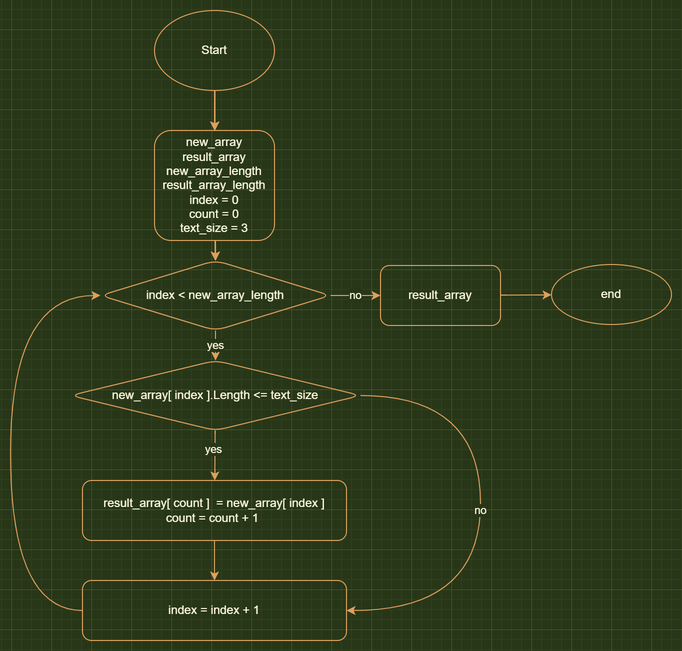
Before: BlockDiagram.drawio.png, a diagram exported from draw.io (sheyko97/final-test-work). Source tidied: cells renumbered, new cells last; positions are measured from the earlier drawing's top-left corner, leaving out a move shared by most shapes.
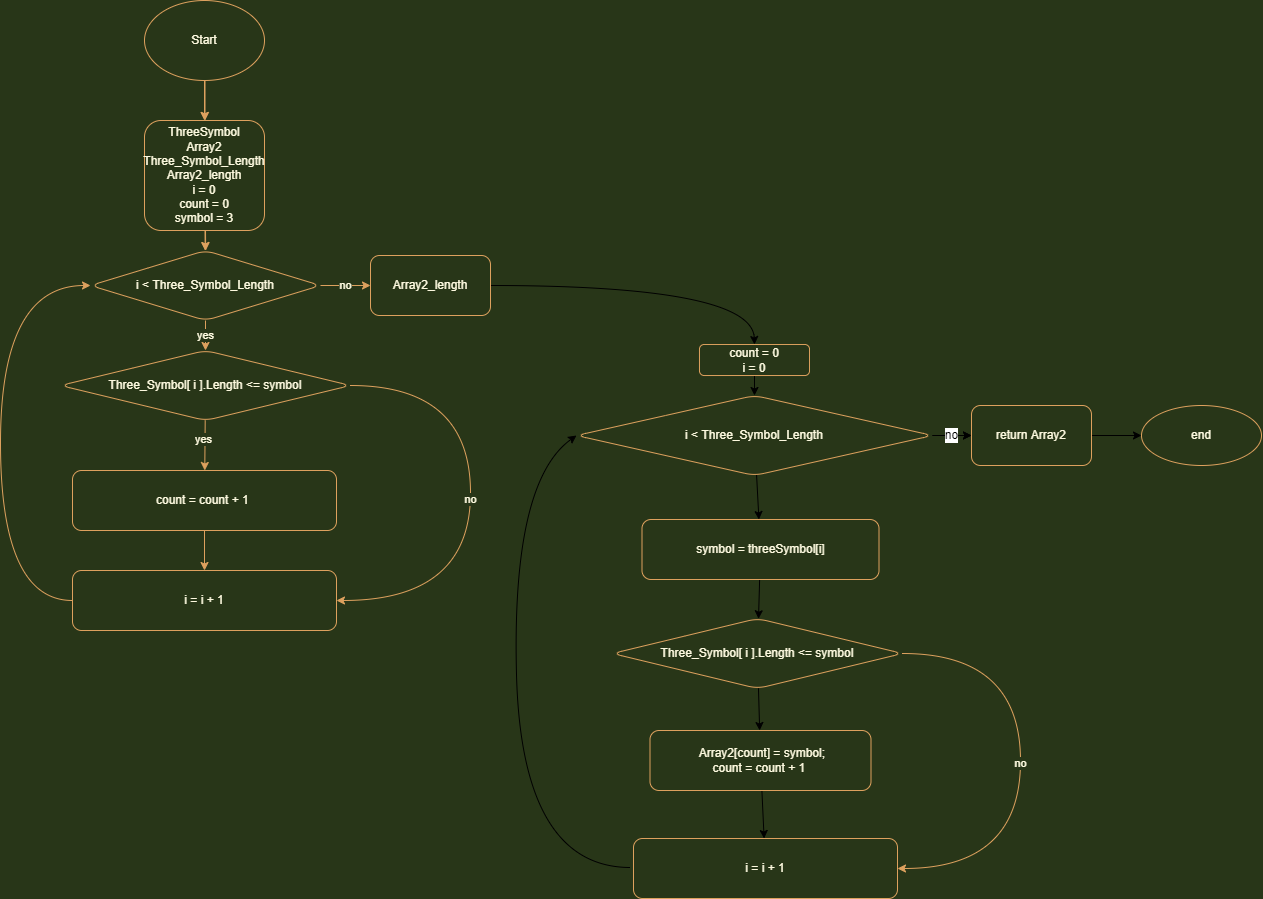
Later version of the same file.

Diff of the diagram source:
```diff
@@ -2,28 +2,28 @@
   <root>
     <mxCell id="0" />
     <mxCell id="1" parent="0" />
-    <mxCell id="2" style="edgeStyle=none;html=1;curved=1;labelBackgroundColor=#283618;strokeColor=#DDA15E;fontColor=#FEFAE0;" parent="1" edge="1" source="3" target="5">
+    <mxCell id="2" style="edgeStyle=none;html=1;labelBackgroundColor=#283618;strokeColor=#DDA15E;fontColor=#FEFAE0;rounded=1;curved=1;" parent="1" edge="1" source="3" target="5">
       <mxGeometry relative="1" as="geometry" />
     </mxCell>
     <mxCell id="3" value="Start" style="ellipse;whiteSpace=wrap;html=1;rounded=1;fillColor=none;strokeColor=#DDA15E;fontColor=#FEFAE0;" parent="1" vertex="1">
       <mxGeometry x="144" width="120" height="80" as="geometry" />
     </mxCell>
-    <mxCell id="4" style="edgeStyle=none;html=1;curved=1;labelBackgroundColor=#283618;strokeColor=#DDA15E;fontColor=#FEFAE0;" parent="1" edge="1" source="5" target="8">
+    <mxCell id="4" style="edgeStyle=none;html=1;labelBackgroundColor=#283618;strokeColor=#DDA15E;fontColor=#FEFAE0;rounded=1;curved=1;" parent="1" edge="1" source="5" target="8">
       <mxGeometry relative="1" as="geometry" />
     </mxCell>
-    <mxCell id="5" value="new_array&lt;br&gt;result_array&lt;br&gt;new_array_length&lt;br&gt;result_array_length&lt;br&gt;index = 0&lt;br&gt;count = 0&lt;br&gt;text_size = 3" style="whiteSpace=wrap;html=1;rounded=1;fillColor=none;strokeColor=#DDA15E;fontColor=#FEFAE0;" parent="1" vertex="1">
+    <mxCell id="5" value="ThreeSymbol&lt;br&gt;Array2&lt;br&gt;Three_Symbol_Length&lt;br&gt;Array2_length&lt;br&gt;i = 0&lt;br&gt;count = 0&lt;br&gt;symbol = 3" style="whiteSpace=wrap;html=1;rounded=1;fillColor=none;strokeColor=#DDA15E;fontColor=#FEFAE0;" parent="1" vertex="1">
       <mxGeometry x="144" y="120" width="120" height="110" as="geometry" />
     </mxCell>
-    <mxCell id="6" value="yes" style="edgeStyle=none;html=1;curved=1;labelBorderColor=none;strokeColor=#DDA15E;shadow=0;labelBackgroundColor=#283618;fontColor=#FEFAE0;" parent="1" edge="1" source="8" target="12">
+    <mxCell id="6" value="yes" style="edgeStyle=none;html=1;labelBorderColor=none;strokeColor=#DDA15E;shadow=0;labelBackgroundColor=#283618;fontColor=#FEFAE0;rounded=1;curved=1;" parent="1" edge="1" source="8" target="12">
       <mxGeometry relative="1" as="geometry" />
     </mxCell>
-    <mxCell id="7" value="no" style="edgeStyle=none;html=1;curved=1;labelBorderColor=none;strokeColor=#DDA15E;shadow=0;labelBackgroundColor=#283618;fontColor=#FEFAE0;" parent="1" edge="1" source="8" target="18">
+    <mxCell id="7" value="no" style="edgeStyle=none;html=1;labelBorderColor=none;strokeColor=#DDA15E;shadow=0;labelBackgroundColor=#283618;fontColor=#FEFAE0;rounded=1;curved=1;" parent="1" edge="1" source="8" target="18">
       <mxGeometry relative="1" as="geometry" />
     </mxCell>
-    <mxCell id="8" value="index &amp;lt; new_array_length" style="rhombus;whiteSpace=wrap;html=1;rounded=1;fillColor=none;strokeColor=#DDA15E;fontColor=#FEFAE0;" parent="1" vertex="1">
+    <mxCell id="8" value="i &amp;lt; Three_Symbol_Length" style="rhombus;whiteSpace=wrap;html=1;rounded=1;fillColor=none;strokeColor=#DDA15E;fontColor=#FEFAE0;" parent="1" vertex="1">
       <mxGeometry x="90" y="250" width="230" height="70" as="geometry" />
     </mxCell>
-    <mxCell id="9" value="no" style="edgeStyle=none;html=1;exitX=1;exitY=0.5;exitDx=0;exitDy=0;entryX=1;entryY=0.5;entryDx=0;entryDy=0;curved=1;labelBorderColor=none;strokeColor=#DDA15E;labelBackgroundColor=#283618;fontColor=#FEFAE0;" parent="1" edge="1" source="12" target="16">
+    <mxCell id="9" value="no" style="edgeStyle=none;html=1;exitX=1;exitY=0.5;exitDx=0;exitDy=0;entryX=1;entryY=0.5;entryDx=0;entryDy=0;labelBorderColor=none;strokeColor=#DDA15E;labelBackgroundColor=#283618;fontColor=#FEFAE0;rounded=1;curved=1;" parent="1" edge="1" source="12" target="16">
       <mxGeometry relative="1" as="geometry">
         <Array as="points">
           <mxPoint x="470" y="385" />
@@ -31,22 +31,22 @@
         </Array>
       </mxGeometry>
     </mxCell>
-    <mxCell id="10" style="edgeStyle=none;html=1;curved=1;labelBorderColor=none;strokeColor=#DDA15E;labelBackgroundColor=#283618;fontColor=#FEFAE0;" parent="1" edge="1" source="12" target="14">
+    <mxCell id="10" style="edgeStyle=none;html=1;labelBorderColor=none;strokeColor=#DDA15E;labelBackgroundColor=#283618;fontColor=#FEFAE0;rounded=1;curved=1;" parent="1" edge="1" source="12" target="14">
       <mxGeometry relative="1" as="geometry" />
     </mxCell>
     <mxCell id="11" value="yes" style="edgeLabel;html=1;align=center;verticalAlign=middle;rounded=1;labelBorderColor=none;labelBackgroundColor=#283618;fontColor=#FEFAE0;" parent="10" vertex="1">
       <mxGeometry x="-0.26" y="-2" relative="1" as="geometry" />
     </mxCell>
-    <mxCell id="12" value="new_array[ index ].Length &amp;lt;= text_size" style="rhombus;whiteSpace=wrap;html=1;rounded=1;fillColor=none;strokeColor=#DDA15E;fontColor=#FEFAE0;" parent="1" vertex="1">
+    <mxCell id="12" value="Three_Symbol[ i ].Length &amp;lt;= symbol" style="rhombus;whiteSpace=wrap;html=1;rounded=1;fillColor=none;strokeColor=#DDA15E;fontColor=#FEFAE0;" parent="1" vertex="1">
       <mxGeometry x="60" y="350" width="290" height="70" as="geometry" />
     </mxCell>
-    <mxCell id="13" style="edgeStyle=none;html=1;curved=1;strokeColor=#DDA15E;labelBackgroundColor=#283618;fontColor=#FEFAE0;" parent="1" edge="1" source="14" target="16">
+    <mxCell id="13" style="edgeStyle=none;html=1;strokeColor=#DDA15E;labelBackgroundColor=#283618;fontColor=#FEFAE0;rounded=1;curved=1;" parent="1" edge="1" source="14" target="16">
       <mxGeometry relative="1" as="geometry" />
     </mxCell>
-    <mxCell id="14" value="&lt;span&gt;result_array[ count ]&amp;nbsp; =&amp;nbsp;&lt;/span&gt;new_array[ index ]&lt;br&gt;count = count + 1&amp;nbsp;" style="whiteSpace=wrap;html=1;rounded=1;fillColor=none;strokeColor=#DDA15E;fontColor=#FEFAE0;" parent="1" vertex="1">
+    <mxCell id="14" value="&lt;p class=&quot;MsoNormal&quot;&gt;&lt;span&gt;сount = count + 1&amp;nbsp;&lt;/span&gt;&lt;/p&gt;&lt;p class=&quot;MsoNormal&quot;&gt;&lt;span lang=&quot;EN-US&quot;&gt;&lt;/span&gt;&lt;/p&gt;" style="whiteSpace=wrap;html=1;rounded=1;fillColor=none;strokeColor=#DDA15E;fontColor=#FEFAE0;" parent="1" vertex="1">
       <mxGeometry x="72" y="470" width="264" height="60" as="geometry" />
     </mxCell>
-    <mxCell id="15" style="edgeStyle=none;html=1;entryX=0;entryY=0.5;entryDx=0;entryDy=0;curved=1;labelBorderColor=none;strokeColor=#DDA15E;labelBackgroundColor=#283618;fontColor=#FEFAE0;" parent="1" edge="1" source="16" target="8">
+    <mxCell id="15" style="edgeStyle=none;html=1;entryX=0;entryY=0.5;entryDx=0;entryDy=0;labelBorderColor=none;strokeColor=#DDA15E;labelBackgroundColor=#283618;fontColor=#FEFAE0;rounded=1;curved=1;" parent="1" edge="1" source="16" target="8">
       <mxGeometry relative="1" as="geometry">
         <Array as="points">
           <mxPoint y="600" />
@@ -54,29 +54,95 @@
         </Array>
       </mxGeometry>
     </mxCell>
-    <mxCell id="16" value="index = index + 1" style="whiteSpace=wrap;html=1;rounded=1;fillColor=none;strokeColor=#DDA15E;fontColor=#FEFAE0;" parent="1" vertex="1">
+    <mxCell id="16" value="i = i + 1" style="whiteSpace=wrap;html=1;rounded=1;fillColor=none;strokeColor=#DDA15E;fontColor=#FEFAE0;" parent="1" vertex="1">
       <mxGeometry x="72" y="570" width="264" height="60" as="geometry" />
     </mxCell>
-    <mxCell id="17" style="edgeStyle=none;html=1;curved=1;labelBorderColor=none;strokeColor=#DDA15E;labelBackgroundColor=#283618;fontColor=#FEFAE0;" parent="1" edge="1" source="18" target="19">
-      <mxGeometry relative="1" as="geometry" />
-    </mxCell>
+    <mxCell id="22" style="edgeStyle=none;rounded=1;html=1;entryX=0.5;entryY=0;entryDx=0;entryDy=0;fontFamily=Helvetica;fontSize=12;curved=1;" parent="1" edge="1" source="18" target="33">
+      <mxGeometry relative="1" as="geometry">
+        <Array as="points">
+          <mxPoint x="752" y="285" />
+        </Array>
+      </mxGeometry>
+    </mxCell>
-    <mxCell id="18" value="result_array" style="whiteSpace=wrap;html=1;rounded=1;fillColor=none;strokeColor=#DDA15E;fontColor=#FEFAE0;" parent="1" vertex="1">
+    <mxCell id="18" value="Array2_length" style="whiteSpace=wrap;html=1;rounded=1;fillColor=none;strokeColor=#DDA15E;fontColor=#FEFAE0;" parent="1" vertex="1">
       <mxGeometry x="370" y="255" width="120" height="60" as="geometry" />
     </mxCell>
-    <mxCell id="19" value="end" style="ellipse;whiteSpace=wrap;html=1;rounded=1;fillColor=none;strokeColor=#DDA15E;fontColor=#FEFAE0;" parent="1" vertex="1">
-      <mxGeometry x="541" y="254" width="120" height="60" as="geometry" />
-    </mxCell>
-    <mxCell id="20" style="edgeStyle=none;html=1;curved=1;strokeColor=#DDA15E;labelBackgroundColor=#283618;fontColor=#FEFAE0;" parent="1" edge="1">
+    <mxCell id="20" style="edgeStyle=none;html=1;strokeColor=#DDA15E;labelBackgroundColor=#283618;fontColor=#FEFAE0;rounded=1;curved=1;" parent="1" edge="1">
       <mxGeometry relative="1" as="geometry">
         <mxPoint x="204.5" y="80" as="sourcePoint" />
         <mxPoint x="204.5" y="120" as="targetPoint" />
       </mxGeometry>
     </mxCell>
-    <mxCell id="21" style="edgeStyle=none;html=1;curved=1;strokeColor=#DDA15E;labelBackgroundColor=#283618;fontColor=#FEFAE0;" parent="1" edge="1">
+    <mxCell id="21" style="edgeStyle=none;html=1;strokeColor=#DDA15E;labelBackgroundColor=#283618;fontColor=#FEFAE0;rounded=1;curved=1;" parent="1" edge="1">
       <mxGeometry relative="1" as="geometry">
         <mxPoint x="205" y="230" as="sourcePoint" />
         <mxPoint x="205.2" y="250.1" as="targetPoint" />
       </mxGeometry>
     </mxCell>
+    <mxCell id="23" style="edgeStyle=none;html=1;fontFamily=Helvetica;fontSize=12;rounded=1;curved=1;" parent="1" edge="1" source="26" target="31">
+      <mxGeometry relative="1" as="geometry" />
+    </mxCell>
+    <mxCell id="24" value="no" style="edgeStyle=none;rounded=1;html=1;fontFamily=Helvetica;fontSize=12;curved=1;" parent="1" edge="1" source="26" target="31">
+      <mxGeometry relative="1" as="geometry" />
+    </mxCell>
+    <mxCell id="25" style="edgeStyle=none;curved=1;rounded=1;html=1;fontFamily=Helvetica;fontSize=12;" parent="1" edge="1" source="26" target="39">
+      <mxGeometry relative="1" as="geometry" />
+    </mxCell>
+    <mxCell id="26" value="i &amp;lt; Three_Symbol_Length" style="rhombus;whiteSpace=wrap;html=1;fillColor=none;strokeColor=#DDA15E;fontColor=#FEFAE0;rounded=1;" parent="1" vertex="1">
+      <mxGeometry x="576" y="395" width="356" height="80" as="geometry" />
+    </mxCell>
+    <mxCell id="27" style="edgeStyle=none;rounded=1;html=1;entryX=0;entryY=0.5;entryDx=0;entryDy=0;fontFamily=Helvetica;fontSize=12;curved=1;" parent="1" edge="1" target="26">
+      <mxGeometry relative="1" as="geometry">
+        <mxPoint x="630" y="867" as="sourcePoint" />
+        <Array as="points">
+          <mxPoint x="521" y="867" />
+          <mxPoint x="511" y="481" />
+        </Array>
+      </mxGeometry>
+    </mxCell>
+    <mxCell id="28" style="edgeStyle=none;rounded=1;html=1;fontFamily=Helvetica;fontSize=12;curved=1;" parent="1" edge="1" source="29" target="37">
+      <mxGeometry relative="1" as="geometry" />
+    </mxCell>
+    <mxCell id="29" value="&lt;span&gt;&amp;nbsp;Array2[count] = symbol;&lt;br&gt;count = count + 1&amp;nbsp;&lt;/span&gt;" style="whiteSpace=wrap;html=1;fillColor=none;strokeColor=#DDA15E;fontColor=#FEFAE0;rounded=1;" parent="1" vertex="1">
+      <mxGeometry x="649.5" y="730" width="221" height="60" as="geometry" />
+    </mxCell>
+    <mxCell id="30" style="edgeStyle=none;curved=1;rounded=1;html=1;fontFamily=Helvetica;fontSize=12;" parent="1" edge="1" source="31" target="19">
+      <mxGeometry relative="1" as="geometry" />
+    </mxCell>
+    <mxCell id="31" value="return Array2" style="whiteSpace=wrap;html=1;fillColor=none;strokeColor=#DDA15E;fontColor=#FEFAE0;rounded=1;" parent="1" vertex="1">
+      <mxGeometry x="971" y="405" width="120" height="60" as="geometry" />
+    </mxCell>
+    <mxCell id="32" style="edgeStyle=none;rounded=1;html=1;exitX=0.5;exitY=1;exitDx=0;exitDy=0;entryX=0.5;entryY=0;entryDx=0;entryDy=0;fontFamily=Helvetica;fontSize=12;curved=1;" parent="1" edge="1" source="33" target="26">
+      <mxGeometry relative="1" as="geometry" />
+    </mxCell>
+    <mxCell id="33" value="count = 0&lt;br&gt;i = 0" style="whiteSpace=wrap;html=1;rounded=1;fillColor=none;strokeColor=#DDA15E;fontColor=#FEFAE0;" parent="1" vertex="1">
+      <mxGeometry x="699" y="344" width="110" height="31" as="geometry" />
+    </mxCell>
+    <mxCell id="34" style="edgeStyle=none;rounded=1;html=1;fontFamily=Helvetica;fontSize=12;curved=1;" parent="1" edge="1" source="35" target="29">
+      <mxGeometry relative="1" as="geometry" />
+    </mxCell>
+    <mxCell id="35" value="Three_Symbol[ i ].Length &amp;lt;= symbol" style="rhombus;whiteSpace=wrap;html=1;rounded=1;fillColor=none;strokeColor=#DDA15E;fontColor=#FEFAE0;" parent="1" vertex="1">
+      <mxGeometry x="612" y="618" width="290" height="70" as="geometry" />
+    </mxCell>
+    <mxCell id="36" value="no" style="edgeStyle=none;html=1;entryX=1;entryY=0.5;entryDx=0;entryDy=0;labelBorderColor=none;strokeColor=#DDA15E;labelBackgroundColor=#283618;fontColor=#FEFAE0;rounded=1;curved=1;" parent="1" edge="1" source="35" target="37">
+      <mxGeometry relative="1" as="geometry">
+        <Array as="points">
+          <mxPoint x="1020" y="653" />
+          <mxPoint x="1020" y="868" />
+        </Array>
+      </mxGeometry>
+    </mxCell>
+    <mxCell id="37" value="i = i + 1" style="whiteSpace=wrap;html=1;rounded=1;fillColor=none;strokeColor=#DDA15E;fontColor=#FEFAE0;" parent="1" vertex="1">
+      <mxGeometry x="633" y="838" width="264" height="60" as="geometry" />
+    </mxCell>
+    <mxCell id="19" value="end" style="ellipse;whiteSpace=wrap;html=1;fillColor=none;strokeColor=#DDA15E;fontColor=#FEFAE0;rounded=1;" parent="1" vertex="1">
+      <mxGeometry x="1141" y="405" width="120" height="60" as="geometry" />
+    </mxCell>
+    <mxCell id="38" style="edgeStyle=none;curved=1;rounded=1;html=1;fontFamily=Helvetica;fontSize=12;" parent="1" edge="1" source="39" target="35">
+      <mxGeometry relative="1" as="geometry" />
+    </mxCell>
+    <mxCell id="39" value="symbol = threeSymbol[i]" style="whiteSpace=wrap;html=1;fillColor=none;strokeColor=#DDA15E;fontColor=#FEFAE0;rounded=1;" parent="1" vertex="1">
+      <mxGeometry x="641.5" y="519" width="237" height="60" as="geometry" />
+    </mxCell>
   </root>
 </mxGraphModel>
```
